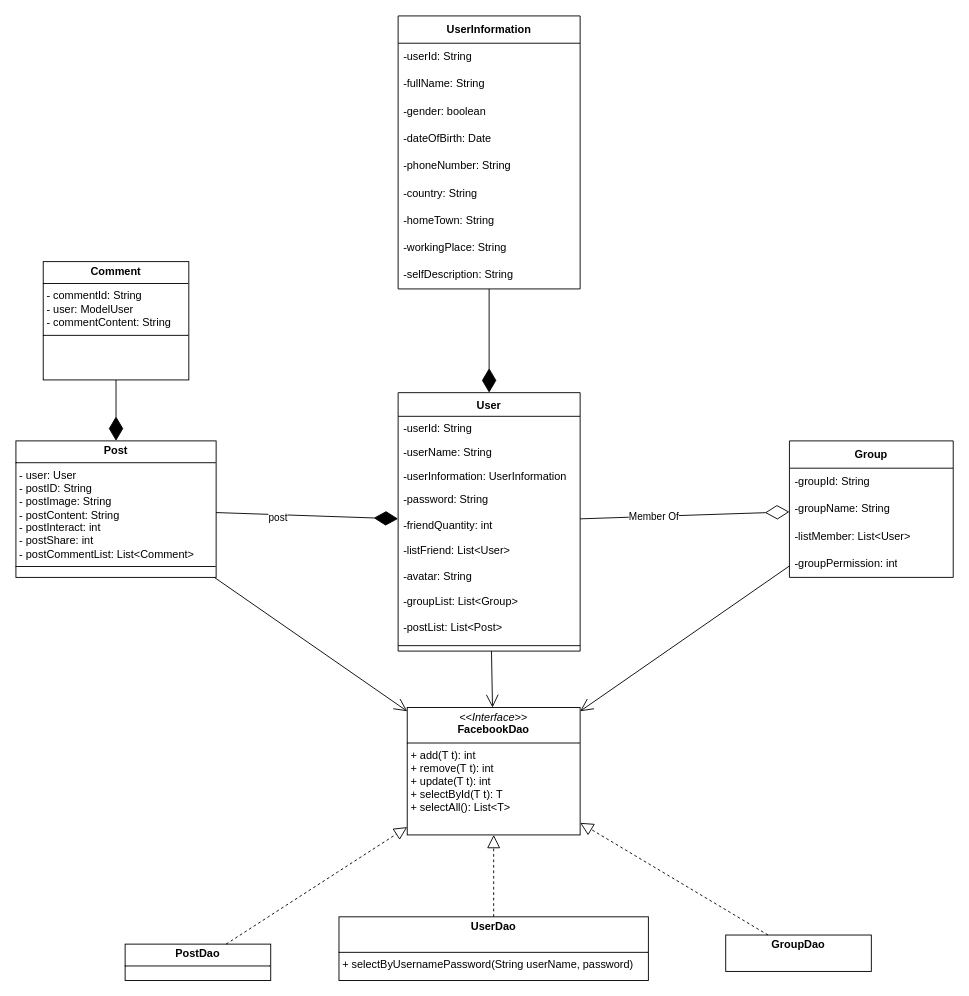
Above: UML/Class Diagram/main.drawio in TriTin2110/Facebook (draw.io), before the change. Source tidied: cells renumbered, new cells numbered last; positions are measured from the earlier drawing's top-left corner, leaving out a move shared by most shapes. Both pictures are drawn from the tidied source at 91%, with x=0, y=0 at pixel (15, 15).
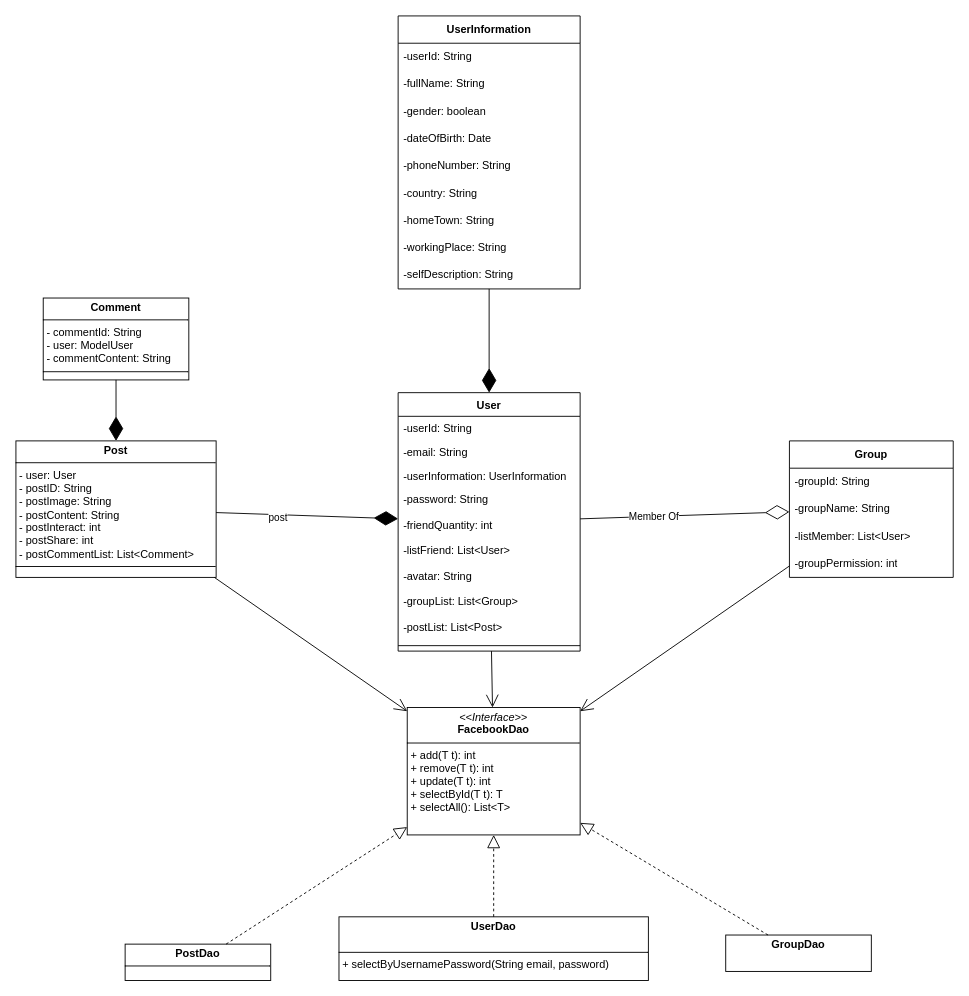
After the change.

Unchanged cells that the change refers to:
```xml
<mxCell id="2" value="User" style="swimlane;fontStyle=1;align=center;verticalAlign=top;horizontal=1;startSize=26;rounded=0;shadow=0;strokeWidth=1;" parent="1" vertex="1">
  <mxGeometry x="420" y="414" width="200" height="284" as="geometry" />
</mxCell>
```

Change to the diagram source:
```diff
@@
-    <mxCell id="4" value="-userName: String" style="text;align=left;verticalAlign=top;spacingLeft=4;spacingRight=4;overflow=hidden;rounded=0;shadow=0;html=0;" parent="2" vertex="1">
+    <mxCell id="4" value="-email: String" style="text;align=left;verticalAlign=top;spacingLeft=4;spacingRight=4;overflow=hidden;rounded=0;shadow=0;html=0;" parent="2" vertex="1">
       <mxGeometry y="52" width="200" height="26" as="geometry" />
     </mxCell>
@@
     <mxCell id="32" value="&lt;p style=&quot;margin:0px;margin-top:4px;text-align:center;&quot;&gt;&lt;b&gt;Comment&lt;/b&gt;&lt;/p&gt;&lt;hr size=&quot;1&quot; style=&quot;border-style:solid;&quot;&gt;&lt;p style=&quot;margin:0px;margin-left:4px;&quot;&gt;- commentId: String&lt;br&gt;&lt;/p&gt;&lt;p style=&quot;margin:0px;margin-left:4px;&quot;&gt;- user: ModelUser&lt;/p&gt;&lt;p style=&quot;margin:0px;margin-left:4px;&quot;&gt;- commentContent: String&lt;br&gt;&lt;/p&gt;&lt;hr size=&quot;1&quot; style=&quot;border-style:solid;&quot;&gt;&lt;p style=&quot;margin:0px;margin-left:4px;&quot;&gt;&lt;br&gt;&lt;/p&gt;" style="verticalAlign=top;align=left;overflow=fill;html=1;whiteSpace=wrap;" parent="1" vertex="1">
-      <mxGeometry x="30" y="270" width="160" height="130" as="geometry" />
+      <mxGeometry x="30" y="310" width="160" height="90" as="geometry" />
     </mxCell>
@@
-    <mxCell id="35" value="&lt;p style=&quot;margin:0px;margin-top:4px;text-align:center;&quot;&gt;&lt;b&gt;UserDao&lt;/b&gt;&lt;/p&gt;&lt;p style=&quot;margin:0px;margin-left:4px;&quot;&gt;&lt;br&gt;&lt;/p&gt;&lt;hr size=&quot;1&quot; style=&quot;border-style:solid;&quot;&gt;&lt;p style=&quot;margin: 0px 0px 0px 4px;&quot;&gt;+ selectByUsernamePassword(String userName, password)&lt;/p&gt;" style="verticalAlign=top;align=left;overflow=fill;html=1;whiteSpace=wrap;" parent="1" vertex="1">
+    <mxCell id="35" value="&lt;p style=&quot;margin:0px;margin-top:4px;text-align:center;&quot;&gt;&lt;b&gt;UserDao&lt;/b&gt;&lt;/p&gt;&lt;p style=&quot;margin:0px;margin-left:4px;&quot;&gt;&lt;br&gt;&lt;/p&gt;&lt;hr size=&quot;1&quot; style=&quot;border-style:solid;&quot;&gt;&lt;p style=&quot;margin: 0px 0px 0px 4px;&quot;&gt;+ selectByUsernamePassword(String email, password)&lt;/p&gt;" style="verticalAlign=top;align=left;overflow=fill;html=1;whiteSpace=wrap;" parent="1" vertex="1">
       <mxGeometry x="355" y="990" width="340" height="70" as="geometry" />
     </mxCell>
```
